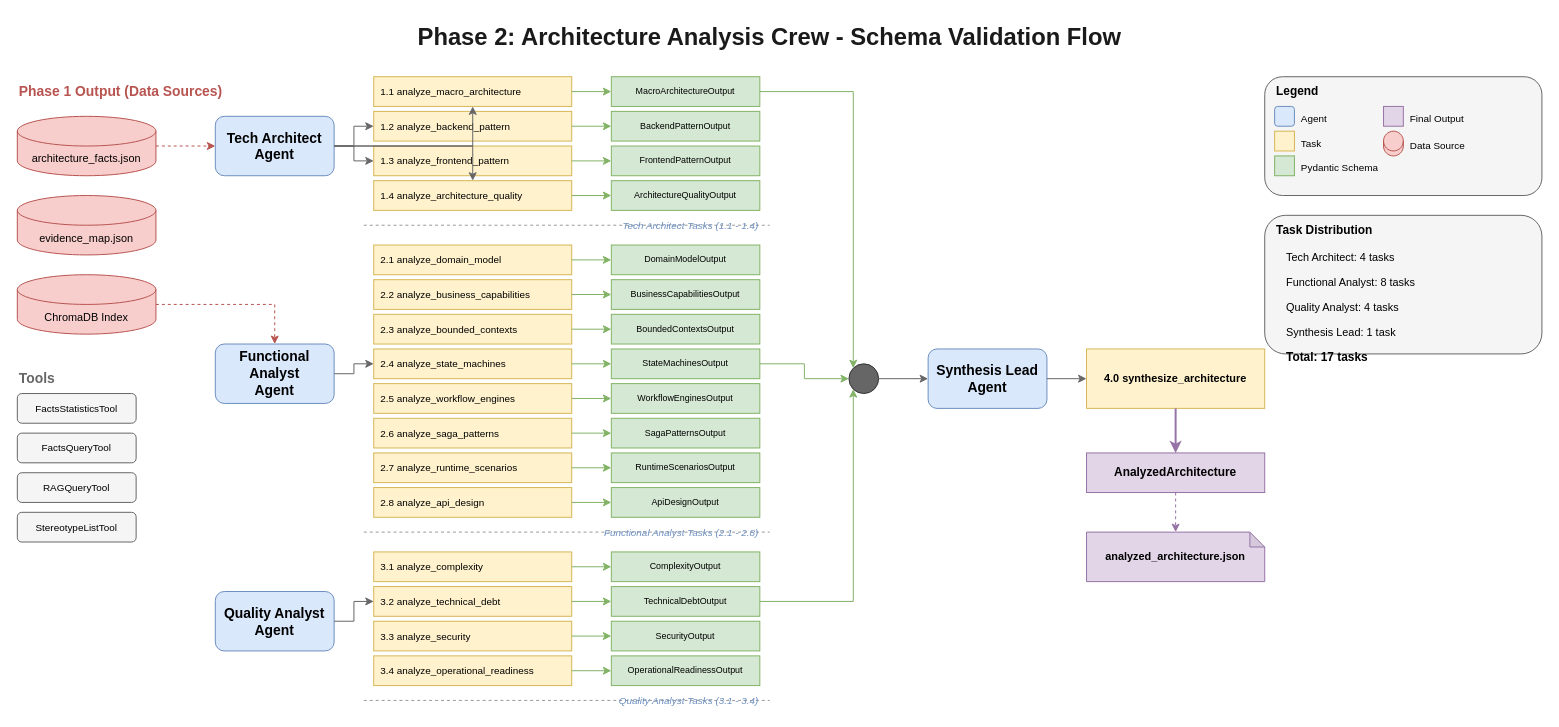
Before: docs/diagrams/phase2-crew-architecture.drawio in aymenmastouri/aicodegencrew, a draw.io diagram. Source tidied: cells renumbered, new cells numbered last; positions are measured from the earlier drawing's top-left corner, leaving out a move shared by most shapes. Both pictures are drawn from the tidied source at 99%, with x=0, y=0 at pixel (17, 17).
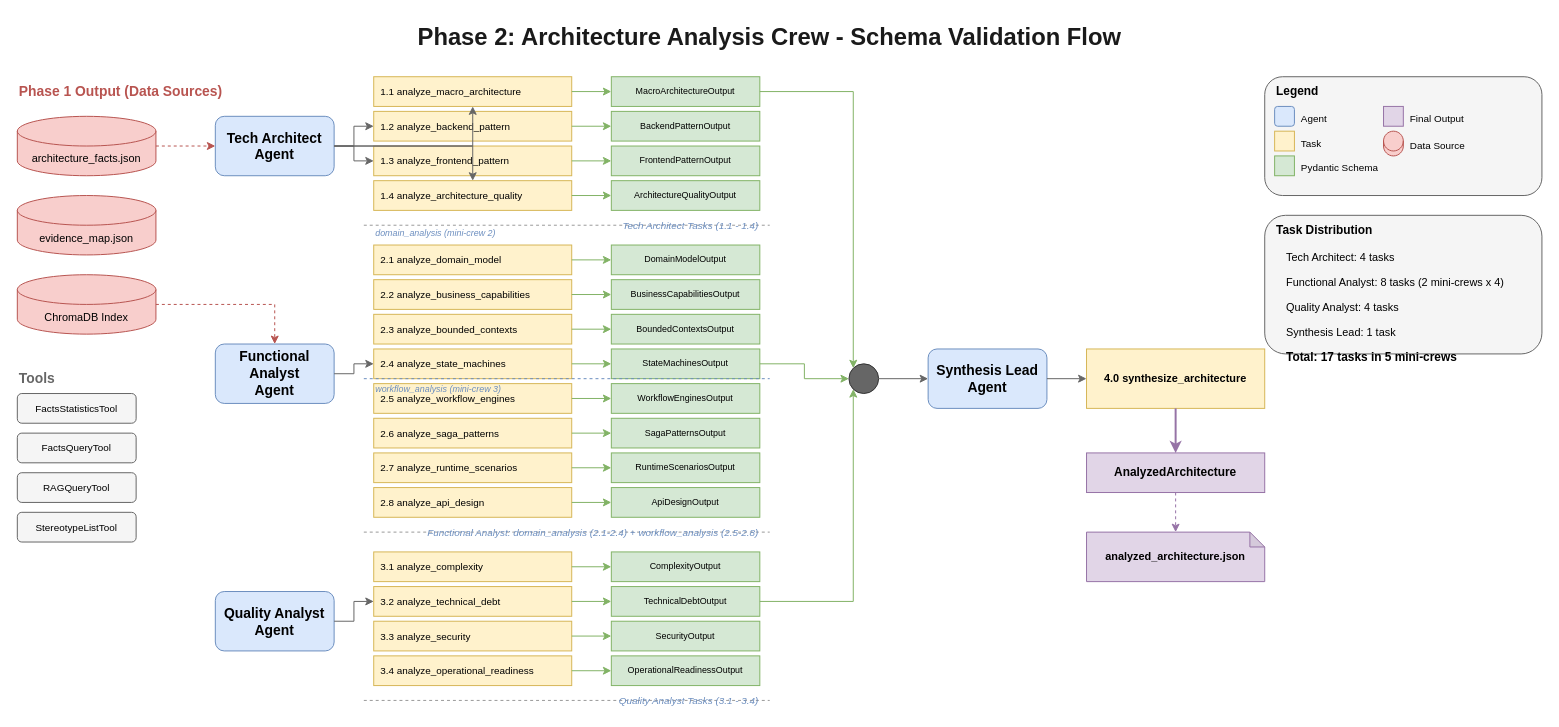
Above is the later version.

The edit, as a diff of the source:
```diff
@@
-    <mxCell id="98" value="Functional Analyst: 8 tasks" style="text;html=1;strokeColor=none;fillColor=none;align=left;fontSize=11;" parent="1" vertex="1">
+    <mxCell id="98" value="Functional Analyst: 8 tasks (2 mini-crews x 4)" style="text;html=1;strokeColor=none;fillColor=none;align=left;fontSize=11;" parent="1" vertex="1">
       <mxGeometry x="1280" y="255" width="180" height="20" as="geometry" />
     </mxCell>
@@
-    <mxCell id="101" value="Total: 17 tasks" style="text;html=1;strokeColor=none;fillColor=none;align=left;fontSize=12;fontStyle=1;" parent="1" vertex="1">
+    <mxCell id="101" value="Total: 17 tasks in 5 mini-crews" style="text;html=1;strokeColor=none;fillColor=none;align=left;fontSize=12;fontStyle=1;" parent="1" vertex="1">
       <mxGeometry x="1280" y="330" width="150" height="20" as="geometry" />
     </mxCell>
@@
-    <mxCell id="106" value="Functional Analyst Tasks (2.1 - 2.8)" style="text;html=1;strokeColor=none;fillColor=none;align=right;verticalAlign=middle;fontSize=10;fontColor=#6c8ebf;fontStyle=2;" parent="1" vertex="1">
-      <mxGeometry x="540" y="510" width="210" height="20" as="geometry" />
+    <mxCell id="106" value="Functional Analyst: domain_analysis (2.1-2.4) + workflow_analysis (2.5-2.8)" style="text;html=1;strokeColor=none;fillColor=none;align=right;verticalAlign=middle;fontSize=10;fontColor=#6c8ebf;fontStyle=2;" parent="1" vertex="1">
+      <mxGeometry x="440" y="510" width="310" height="20" as="geometry" />
     </mxCell>
+    <mxCell id="108" style="endArrow=none;dashed=1;html=1;strokeWidth=1;strokeColor=#6c8ebf;dashPattern=3 3;" parent="1" edge="1">
+      <mxGeometry relative="1" as="geometry">
+        <mxPoint x="350" y="365" as="sourcePoint" />
+        <mxPoint x="760" y="365" as="targetPoint" />
+      </mxGeometry>
+    </mxCell>
+    <mxCell id="109" value="domain_analysis (mini-crew 2)" style="text;html=1;strokeColor=none;fillColor=none;align=left;verticalAlign=middle;fontSize=9;fontColor=#6c8ebf;fontStyle=2;" parent="1" vertex="1">
+      <mxGeometry x="360" y="210" width="170" height="16" as="geometry" />
+    </mxCell>
+    <mxCell id="110" value="workflow_analysis (mini-crew 3)" style="text;html=1;strokeColor=none;fillColor=none;align=left;verticalAlign=middle;fontSize=9;fontColor=#6c8ebf;fontStyle=2;" parent="1" vertex="1">
+      <mxGeometry x="360" y="368" width="170" height="16" as="geometry" />
+    </mxCell>
```
